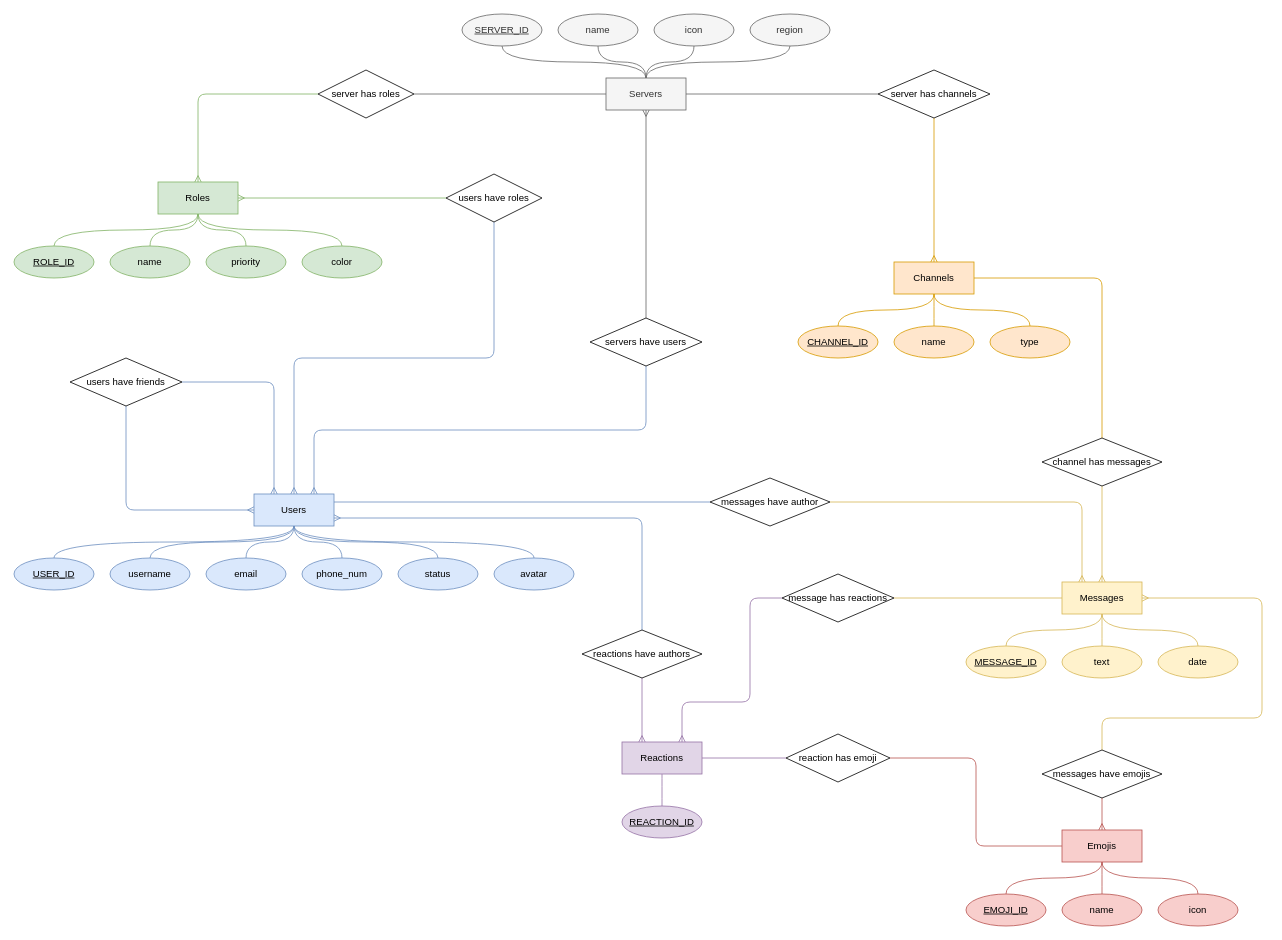
The draw.io diagram diagrams/Discord_ER.drawio in Mruzik1/Database-Application, before the edit. Source tidied: cells renumbered, new cells numbered last; positions are measured from the earlier drawing's top-left corner, leaving out a move shared by most shapes. Both pictures are drawn from the tidied source at 80%, with x=0, y=0 at pixel (14, 14).
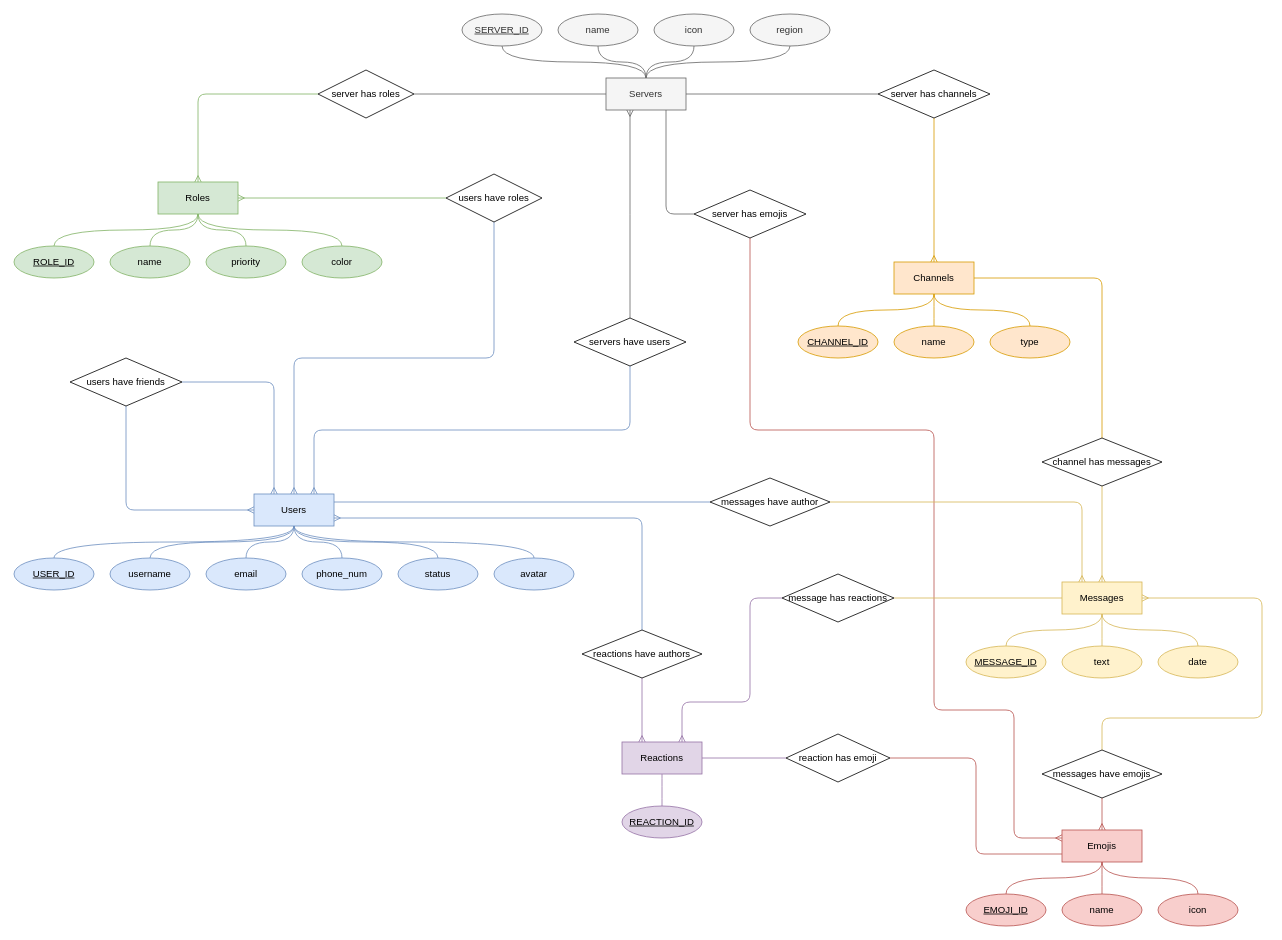
The same page after the edit.

Commit message:
added relationship between servers and emojis

The change refers to these unchanged cells:
```xml
<mxCell id="6" value="Emojis" style="whiteSpace=wrap;html=1;align=center;fillColor=#f8cecc;strokeColor=#b85450;" parent="1" vertex="1">
  <mxGeometry x="1310" y="1020" width="100" height="40" as="geometry" />
</mxCell>
<mxCell id="16" value="Servers" style="whiteSpace=wrap;html=1;align=center;fillColor=#f5f5f5;fontColor=#333333;strokeColor=#666666;" parent="1" vertex="1">
  <mxGeometry x="740" y="80" width="100" height="40" as="geometry" />
</mxCell>
<mxCell id="31" value="Users" style="whiteSpace=wrap;html=1;align=center;fillColor=#dae8fc;strokeColor=#6c8ebf;" parent="1" vertex="1">
  <mxGeometry x="300" y="600" width="100" height="40" as="geometry" />
</mxCell>
<mxCell id="85" value="reaction has emoji" style="shape=rhombus;perimeter=rhombusPerimeter;whiteSpace=wrap;html=1;align=center;" parent="1" vertex="1">
  <mxGeometry x="965" y="900" width="130" height="60" as="geometry" />
</mxCell>
```

What changed in the source:
```diff
@@
+    <mxCell id="90" style="edgeStyle=orthogonalEdgeStyle;rounded=1;jettySize=auto;html=1;exitX=0.5;exitY=1;exitDx=0;exitDy=0;entryX=0;entryY=0.25;entryDx=0;entryDy=0;startArrow=none;fillColor=#f8cecc;strokeColor=#b85450;endArrow=ERmany;endFill=0;" parent="1" edge="1" source="92" target="6">
+      <mxGeometry relative="1" as="geometry">
+        <Array as="points">
+          <mxPoint x="920" y="520" />
+          <mxPoint x="1150" y="520" />
+          <mxPoint x="1150" y="870" />
+          <mxPoint x="1250" y="870" />
+          <mxPoint x="1250" y="1030" />
+        </Array>
+      </mxGeometry>
+    </mxCell>
@@
     <mxCell id="28" style="edgeStyle=orthogonalEdgeStyle;rounded=1;jettySize=auto;html=1;entryX=0.5;entryY=1;entryDx=0;entryDy=0;endArrow=none;endFill=0;startArrow=ERmany;startFill=0;fillColor=#dae8fc;strokeColor=#6c8ebf;exitX=0.75;exitY=0;exitDx=0;exitDy=0;" parent="1" edge="1" source="31" target="70">
       <mxGeometry relative="1" as="geometry">
         <Array as="points">
           <mxPoint x="375" y="520" />
-          <mxPoint x="790" y="520" />
+          <mxPoint x="770" y="520" />
         </Array>
       </mxGeometry>
     </mxCell>
@@
-    <mxCell id="69" style="edgeStyle=orthogonalEdgeStyle;rounded=0;jettySize=auto;html=1;entryX=0.5;entryY=1;entryDx=0;entryDy=0;endArrow=ERmany;endFill=0;fillColor=#f5f5f5;strokeColor=#666666;" parent="1" edge="1" source="70" target="16">
-      <mxGeometry relative="1" as="geometry" />
+    <mxCell id="69" style="edgeStyle=orthogonalEdgeStyle;rounded=0;jettySize=auto;html=1;entryX=0.5;entryY=1;entryDx=0;entryDy=0;endArrow=ERmany;endFill=0;fillColor=#f5f5f5;strokeColor=#666666;" parent="1" edge="1" source="70">
+      <mxGeometry relative="1" as="geometry">
+        <mxPoint x="770" y="120" as="targetPoint" />
+      </mxGeometry>
     </mxCell>
     <mxCell id="70" value="servers have users" style="shape=rhombus;perimeter=rhombusPerimeter;whiteSpace=wrap;html=1;align=center;" parent="1" vertex="1">
-      <mxGeometry x="720" y="380" width="140" height="60" as="geometry" />
+      <mxGeometry x="700" y="380" width="140" height="60" as="geometry" />
     </mxCell>
@@
-    <mxCell id="84" style="edgeStyle=orthogonalEdgeStyle;rounded=1;jettySize=auto;html=1;entryX=0;entryY=0.5;entryDx=0;entryDy=0;endArrow=none;endFill=0;fillColor=#f8cecc;strokeColor=#b85450;" parent="1" edge="1" source="85" target="6">
+    <mxCell id="84" style="edgeStyle=orthogonalEdgeStyle;rounded=1;jettySize=auto;html=1;entryX=0;entryY=0.75;entryDx=0;entryDy=0;endArrow=none;endFill=0;fillColor=#f8cecc;strokeColor=#b85450;" parent="1" edge="1" source="85" target="6">
       <mxGeometry relative="1" as="geometry" />
     </mxCell>
@@
+    <mxCell id="91" style="edgeStyle=orthogonalEdgeStyle;rounded=1;jettySize=auto;html=1;exitX=0.75;exitY=1;exitDx=0;exitDy=0;entryX=0;entryY=0.5;entryDx=0;entryDy=0;endArrow=none;fillColor=#f5f5f5;strokeColor=#666666;" parent="1" edge="1" source="16" target="92">
+      <mxGeometry relative="1" as="geometry" />
+    </mxCell>
+    <mxCell id="92" value="server has emojis" style="shape=rhombus;perimeter=rhombusPerimeter;whiteSpace=wrap;html=1;align=center;" parent="1" vertex="1">
+      <mxGeometry x="850" y="220" width="140" height="60" as="geometry" />
+    </mxCell>
```
